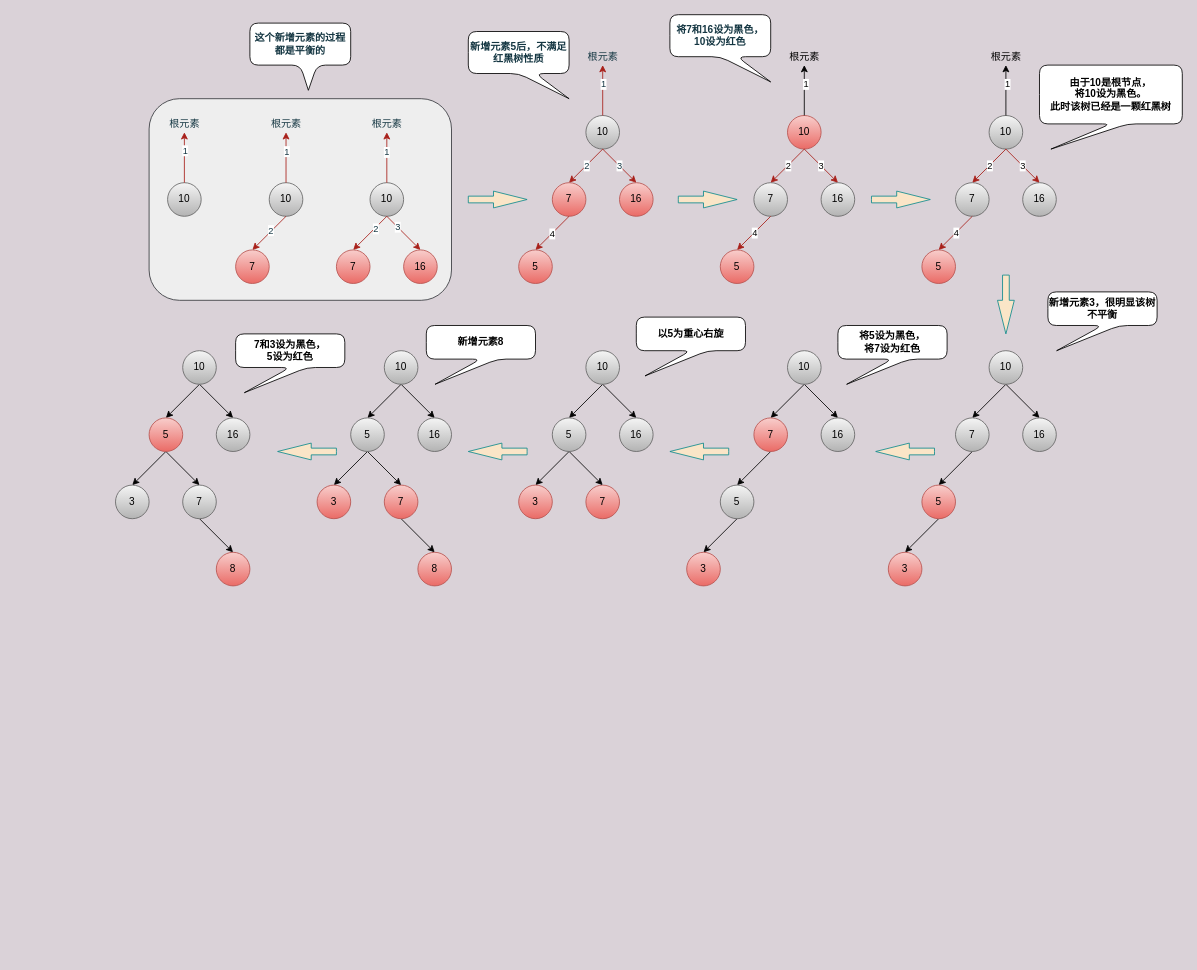
Before: typora/JavaSE/6 集合/drawio/TreeMap/维护红黑树平衡2.drawio in LDChing0321/JavaLearn, a draw.io diagram. Source tidied: cells renumbered, new cells numbered last; positions are measured from the earlier drawing's top-left corner, leaving out a move shared by most shapes. Both pictures are drawn from the tidied source at 84%, with x=0, y=0 at pixel (115, 14).
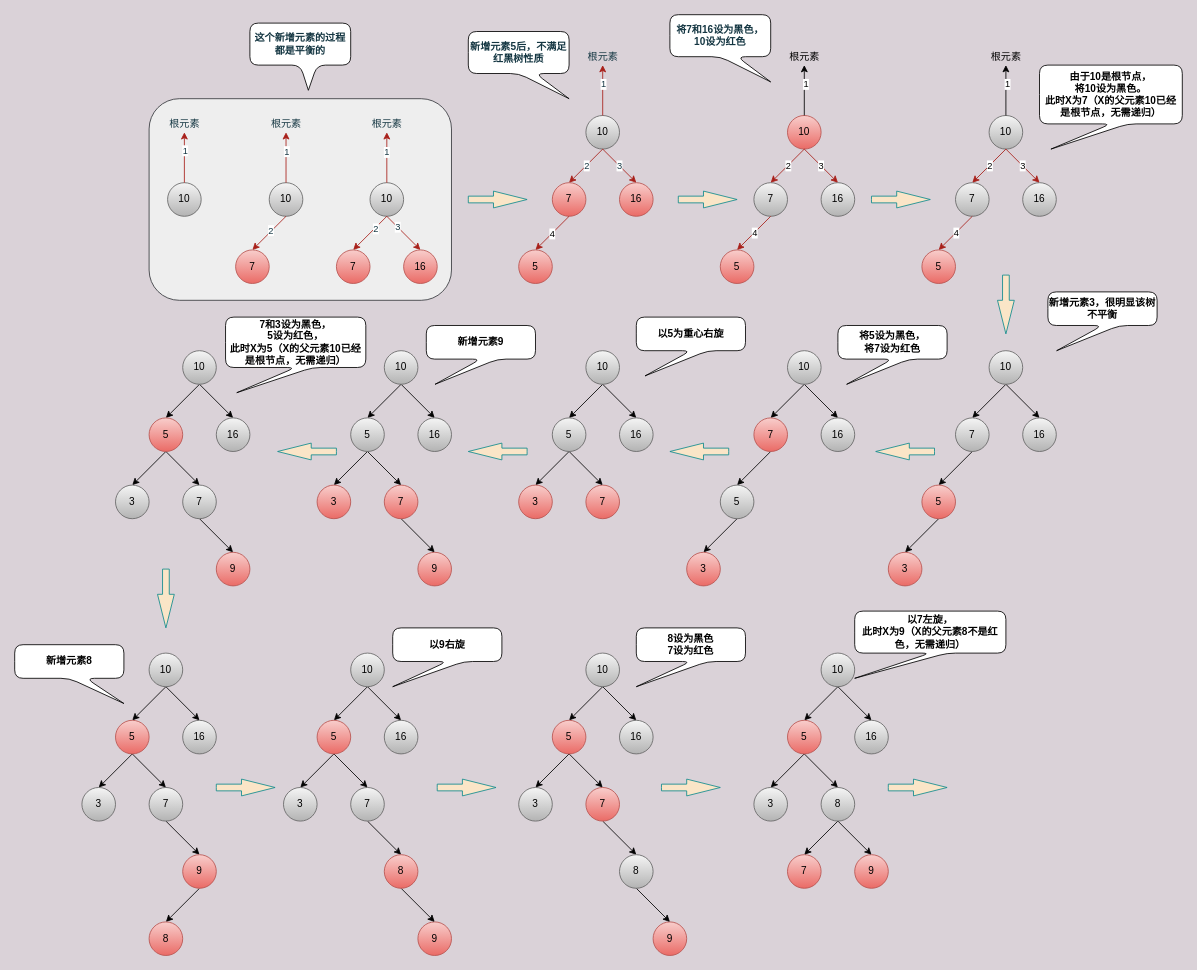
The same page after the edit.

Commit message (it also covers changes not shown here):
更新维护红黑树平衡2.drawio

Change to the diagram source:
```diff
@@
-    <mxCell id="74" value="由于10是根节点，&lt;br&gt;将10设为黑色。&lt;br&gt;此时该树已经是一颗红黑树" style="shape=callout;whiteSpace=wrap;html=1;perimeter=calloutPerimeter;position2=0.08;rounded=1;fontStyle=1;" parent="1" vertex="1">
+    <mxCell id="74" value="由于10是根节点，&lt;br&gt;将10设为黑色。&lt;br&gt;此时X为7（X的父元素10已经是根节点，无需递归）" style="shape=callout;whiteSpace=wrap;html=1;perimeter=calloutPerimeter;position2=0.08;rounded=1;fontStyle=1;" parent="1" vertex="1">
       <mxGeometry x="1100" y="60" width="170" height="100" as="geometry" />
     </mxCell>
@@
-    <mxCell id="121" value="新增元素8" style="shape=callout;whiteSpace=wrap;html=1;perimeter=calloutPerimeter;position2=0.08;rounded=1;fontStyle=1;" parent="1" vertex="1">
+    <mxCell id="121" value="新增元素9" style="shape=callout;whiteSpace=wrap;html=1;perimeter=calloutPerimeter;position2=0.08;rounded=1;fontStyle=1;" parent="1" vertex="1">
       <mxGeometry x="370" y="370" width="130" height="70" as="geometry" />
     </mxCell>
-    <mxCell id="122" value="8" style="ellipse;whiteSpace=wrap;html=1;fillColor=#f8cecc;strokeColor=#b85450;gradientColor=#ea6b66;" parent="1" vertex="1">
+    <mxCell id="122" value="9" style="ellipse;whiteSpace=wrap;html=1;fillColor=#f8cecc;strokeColor=#b85450;gradientColor=#ea6b66;" parent="1" vertex="1">
       <mxGeometry x="360" y="640" width="40" height="40" as="geometry" />
     </mxCell>
@@
-    <mxCell id="134" value="8" style="ellipse;whiteSpace=wrap;html=1;fillColor=#f8cecc;strokeColor=#b85450;gradientColor=#ea6b66;" parent="1" vertex="1">
+    <mxCell id="134" value="9" style="ellipse;whiteSpace=wrap;html=1;fillColor=#f8cecc;strokeColor=#b85450;gradientColor=#ea6b66;" parent="1" vertex="1">
       <mxGeometry x="120" y="640" width="40" height="40" as="geometry" />
     </mxCell>
-    <mxCell id="135" value="7和3设为黑色，&lt;br&gt;5设为红色" style="shape=callout;whiteSpace=wrap;html=1;perimeter=calloutPerimeter;position2=0.08;rounded=1;fontStyle=1;" parent="1" vertex="1">
-      <mxGeometry x="143" y="380" width="130" height="70" as="geometry" />
+    <mxCell id="135" value="7和3设为黑色，&lt;br&gt;5设为红色，&lt;br&gt;此时X为5（X的父元素10已经是根节点，无需递归）" style="shape=callout;whiteSpace=wrap;html=1;perimeter=calloutPerimeter;position2=0.08;rounded=1;fontStyle=1;" parent="1" vertex="1">
+      <mxGeometry x="131" y="360" width="167" height="90" as="geometry" />
     </mxCell>
+    <mxCell id="136" style="html=1;shadow=0;dashed=0;align=center;verticalAlign=middle;shape=mxgraph.arrows2.arrow;dy=0.6;dx=40;notch=0;rounded=1;glass=0;sketch=0;fontColor=#143642;strokeColor=#0F8B8D;fillColor=#FAE5C7;direction=south;" parent="1" vertex="1">
+      <mxGeometry x="50" y="660" width="20" height="70" as="geometry" />
+    </mxCell>
+    <mxCell id="137" style="edgeStyle=none;rounded=0;jettySize=auto;html=1;exitX=0.5;exitY=1;exitDx=0;exitDy=0;entryX=0.5;entryY=0;entryDx=0;entryDy=0;strokeColor=#030303;" parent="1" edge="1" source="139" target="145">
+      <mxGeometry relative="1" as="geometry" />
+    </mxCell>
+    <mxCell id="138" style="edgeStyle=none;rounded=0;jettySize=auto;html=1;exitX=0.5;exitY=1;exitDx=0;exitDy=0;entryX=0.5;entryY=0;entryDx=0;entryDy=0;strokeColor=#030303;" parent="1" edge="1" source="139" target="142">
+      <mxGeometry relative="1" as="geometry" />
+    </mxCell>
+    <mxCell id="139" value="10" style="ellipse;whiteSpace=wrap;html=1;fillColor=#f5f5f5;strokeColor=#666666;gradientColor=#b3b3b3;" parent="1" vertex="1">
+      <mxGeometry x="40" y="760" width="40" height="40" as="geometry" />
+    </mxCell>
+    <mxCell id="140" style="edgeStyle=none;rounded=0;jettySize=auto;html=1;exitX=0.5;exitY=1;exitDx=0;exitDy=0;entryX=0.5;entryY=0;entryDx=0;entryDy=0;strokeColor=#030303;" parent="1" edge="1" source="141" target="148">
+      <mxGeometry relative="1" as="geometry" />
+    </mxCell>
+    <mxCell id="141" value="7" style="ellipse;whiteSpace=wrap;html=1;fillColor=#f5f5f5;strokeColor=#666666;gradientColor=#b3b3b3;" parent="1" vertex="1">
+      <mxGeometry x="40" y="920" width="40" height="40" as="geometry" />
+    </mxCell>
+    <mxCell id="142" value="16" style="ellipse;whiteSpace=wrap;html=1;fillColor=#f5f5f5;strokeColor=#666666;gradientColor=#b3b3b3;" parent="1" vertex="1">
+      <mxGeometry x="80" y="840" width="40" height="40" as="geometry" />
+    </mxCell>
+    <mxCell id="143" style="edgeStyle=none;rounded=0;jettySize=auto;html=1;exitX=0.5;exitY=1;exitDx=0;exitDy=0;entryX=0.5;entryY=0;entryDx=0;entryDy=0;strokeColor=#030303;" parent="1" edge="1" source="145" target="146">
+      <mxGeometry relative="1" as="geometry" />
+    </mxCell>
+    <mxCell id="144" style="edgeStyle=none;rounded=0;jettySize=auto;html=1;exitX=0.5;exitY=1;exitDx=0;exitDy=0;entryX=0.5;entryY=0;entryDx=0;entryDy=0;strokeColor=#030303;" parent="1" edge="1" source="145" target="141">
+      <mxGeometry relative="1" as="geometry" />
+    </mxCell>
+    <mxCell id="145" value="5" style="ellipse;whiteSpace=wrap;html=1;fillColor=#f8cecc;strokeColor=#b85450;gradientColor=#ea6b66;" parent="1" vertex="1">
+      <mxGeometry y="840" width="40" height="40" as="geometry" />
+    </mxCell>
+    <mxCell id="146" value="3" style="ellipse;whiteSpace=wrap;html=1;fillColor=#f5f5f5;strokeColor=#666666;gradientColor=#b3b3b3;" parent="1" vertex="1">
+      <mxGeometry x="-40" y="920" width="40" height="40" as="geometry" />
+    </mxCell>
+    <mxCell id="147" style="edgeStyle=none;rounded=0;jettySize=auto;html=1;exitX=0.5;exitY=1;exitDx=0;exitDy=0;entryX=0.5;entryY=0;entryDx=0;entryDy=0;strokeColor=#030303;" parent="1" edge="1" source="148" target="149">
+      <mxGeometry relative="1" as="geometry" />
+    </mxCell>
+    <mxCell id="148" value="9" style="ellipse;whiteSpace=wrap;html=1;fillColor=#f8cecc;strokeColor=#b85450;gradientColor=#ea6b66;" parent="1" vertex="1">
+      <mxGeometry x="80" y="1000" width="40" height="40" as="geometry" />
+    </mxCell>
+    <mxCell id="149" value="8" style="ellipse;whiteSpace=wrap;html=1;fillColor=#f8cecc;strokeColor=#b85450;gradientColor=#ea6b66;" parent="1" vertex="1">
+      <mxGeometry x="40" y="1080" width="40" height="40" as="geometry" />
+    </mxCell>
+    <mxCell id="150" value="新增元素8" style="shape=callout;whiteSpace=wrap;html=1;perimeter=calloutPerimeter;position2=1;rounded=1;fontStyle=1;" parent="1" vertex="1">
+      <mxGeometry x="-120" y="750" width="130" height="70" as="geometry" />
+    </mxCell>
+    <mxCell id="151" style="html=1;shadow=0;dashed=0;align=center;verticalAlign=middle;shape=mxgraph.arrows2.arrow;dy=0.6;dx=40;notch=0;rounded=1;glass=0;sketch=0;fontColor=#143642;strokeColor=#0F8B8D;fillColor=#FAE5C7;" parent="1" vertex="1">
+      <mxGeometry x="120" y="910" width="70" height="20" as="geometry" />
+    </mxCell>
+    <mxCell id="152" style="edgeStyle=none;rounded=0;jettySize=auto;html=1;exitX=0.5;exitY=1;exitDx=0;exitDy=0;entryX=0.5;entryY=0;entryDx=0;entryDy=0;strokeColor=#030303;" parent="1" edge="1" source="154" target="160">
+      <mxGeometry relative="1" as="geometry" />
+    </mxCell>
+    <mxCell id="153" style="edgeStyle=none;rounded=0;jettySize=auto;html=1;exitX=0.5;exitY=1;exitDx=0;exitDy=0;entryX=0.5;entryY=0;entryDx=0;entryDy=0;strokeColor=#030303;" parent="1" edge="1" source="154" target="157">
+      <mxGeometry relative="1" as="geometry" />
+    </mxCell>
+    <mxCell id="154" value="10" style="ellipse;whiteSpace=wrap;html=1;fillColor=#f5f5f5;strokeColor=#666666;gradientColor=#b3b3b3;" parent="1" vertex="1">
+      <mxGeometry x="280" y="760" width="40" height="40" as="geometry" />
+    </mxCell>
+    <mxCell id="155" style="edgeStyle=none;rounded=0;jettySize=auto;html=1;exitX=0.5;exitY=1;exitDx=0;exitDy=0;entryX=0.5;entryY=0;entryDx=0;entryDy=0;strokeColor=#030303;" parent="1" edge="1" source="156" target="164">
+      <mxGeometry relative="1" as="geometry" />
+    </mxCell>
+    <mxCell id="156" value="7" style="ellipse;whiteSpace=wrap;html=1;fillColor=#f5f5f5;strokeColor=#666666;gradientColor=#b3b3b3;" parent="1" vertex="1">
+      <mxGeometry x="280" y="920" width="40" height="40" as="geometry" />
+    </mxCell>
+    <mxCell id="157" value="16" style="ellipse;whiteSpace=wrap;html=1;fillColor=#f5f5f5;strokeColor=#666666;gradientColor=#b3b3b3;" parent="1" vertex="1">
+      <mxGeometry x="320" y="840" width="40" height="40" as="geometry" />
+    </mxCell>
+    <mxCell id="158" style="edgeStyle=none;rounded=0;jettySize=auto;html=1;exitX=0.5;exitY=1;exitDx=0;exitDy=0;entryX=0.5;entryY=0;entryDx=0;entryDy=0;strokeColor=#030303;" parent="1" edge="1" source="160" target="161">
+      <mxGeometry relative="1" as="geometry" />
+    </mxCell>
+    <mxCell id="159" style="edgeStyle=none;rounded=0;jettySize=auto;html=1;exitX=0.5;exitY=1;exitDx=0;exitDy=0;entryX=0.5;entryY=0;entryDx=0;entryDy=0;strokeColor=#030303;" parent="1" edge="1" source="160" target="156">
+      <mxGeometry relative="1" as="geometry" />
+    </mxCell>
+    <mxCell id="160" value="5" style="ellipse;whiteSpace=wrap;html=1;fillColor=#f8cecc;strokeColor=#b85450;gradientColor=#ea6b66;" parent="1" vertex="1">
+      <mxGeometry x="240" y="840" width="40" height="40" as="geometry" />
+    </mxCell>
+    <mxCell id="161" value="3" style="ellipse;whiteSpace=wrap;html=1;fillColor=#f5f5f5;strokeColor=#666666;gradientColor=#b3b3b3;" parent="1" vertex="1">
+      <mxGeometry x="200" y="920" width="40" height="40" as="geometry" />
+    </mxCell>
+    <mxCell id="162" value="9" style="ellipse;whiteSpace=wrap;html=1;fillColor=#f8cecc;strokeColor=#b85450;gradientColor=#ea6b66;" parent="1" vertex="1">
+      <mxGeometry x="360" y="1080" width="40" height="40" as="geometry" />
+    </mxCell>
+    <mxCell id="163" style="edgeStyle=none;rounded=0;jettySize=auto;html=1;exitX=0.5;exitY=1;exitDx=0;exitDy=0;entryX=0.5;entryY=0;entryDx=0;entryDy=0;strokeColor=#030303;" parent="1" edge="1" source="164" target="162">
+      <mxGeometry relative="1" as="geometry" />
+    </mxCell>
+    <mxCell id="164" value="8" style="ellipse;whiteSpace=wrap;html=1;fillColor=#f8cecc;strokeColor=#b85450;gradientColor=#ea6b66;" parent="1" vertex="1">
+      <mxGeometry x="320" y="1000" width="40" height="40" as="geometry" />
+    </mxCell>
+    <mxCell id="165" value="以9右旋" style="shape=callout;whiteSpace=wrap;html=1;perimeter=calloutPerimeter;position2=0;rounded=1;fontStyle=1;" parent="1" vertex="1">
+      <mxGeometry x="330" y="730" width="130" height="70" as="geometry" />
+    </mxCell>
+    <mxCell id="166" style="html=1;shadow=0;dashed=0;align=center;verticalAlign=middle;shape=mxgraph.arrows2.arrow;dy=0.6;dx=40;notch=0;rounded=1;glass=0;sketch=0;fontColor=#143642;strokeColor=#0F8B8D;fillColor=#FAE5C7;" parent="1" vertex="1">
+      <mxGeometry x="383" y="910" width="70" height="20" as="geometry" />
+    </mxCell>
+    <mxCell id="167" style="edgeStyle=none;rounded=0;jettySize=auto;html=1;exitX=0.5;exitY=1;exitDx=0;exitDy=0;entryX=0.5;entryY=0;entryDx=0;entryDy=0;strokeColor=#030303;" parent="1" edge="1" source="169" target="175">
+      <mxGeometry relative="1" as="geometry" />
+    </mxCell>
+    <mxCell id="168" style="edgeStyle=none;rounded=0;jettySize=auto;html=1;exitX=0.5;exitY=1;exitDx=0;exitDy=0;entryX=0.5;entryY=0;entryDx=0;entryDy=0;strokeColor=#030303;" parent="1" edge="1" source="169" target="172">
+      <mxGeometry relative="1" as="geometry" />
+    </mxCell>
+    <mxCell id="169" value="10" style="ellipse;whiteSpace=wrap;html=1;fillColor=#f5f5f5;strokeColor=#666666;gradientColor=#b3b3b3;" parent="1" vertex="1">
+      <mxGeometry x="560" y="760" width="40" height="40" as="geometry" />
+    </mxCell>
+    <mxCell id="170" style="edgeStyle=none;rounded=0;jettySize=auto;html=1;exitX=0.5;exitY=1;exitDx=0;exitDy=0;entryX=0.5;entryY=0;entryDx=0;entryDy=0;strokeColor=#030303;" parent="1" edge="1" source="171" target="179">
+      <mxGeometry relative="1" as="geometry" />
+    </mxCell>
+    <mxCell id="171" value="7" style="ellipse;whiteSpace=wrap;html=1;fillColor=#f8cecc;strokeColor=#b85450;gradientColor=#ea6b66;" parent="1" vertex="1">
+      <mxGeometry x="560" y="920" width="40" height="40" as="geometry" />
+    </mxCell>
+    <mxCell id="172" value="16" style="ellipse;whiteSpace=wrap;html=1;fillColor=#f5f5f5;strokeColor=#666666;gradientColor=#b3b3b3;" parent="1" vertex="1">
+      <mxGeometry x="600" y="840" width="40" height="40" as="geometry" />
+    </mxCell>
+    <mxCell id="173" style="edgeStyle=none;rounded=0;jettySize=auto;html=1;exitX=0.5;exitY=1;exitDx=0;exitDy=0;entryX=0.5;entryY=0;entryDx=0;entryDy=0;strokeColor=#030303;" parent="1" edge="1" source="175" target="176">
+      <mxGeometry relative="1" as="geometry" />
+    </mxCell>
+    <mxCell id="174" style="edgeStyle=none;rounded=0;jettySize=auto;html=1;exitX=0.5;exitY=1;exitDx=0;exitDy=0;entryX=0.5;entryY=0;entryDx=0;entryDy=0;strokeColor=#030303;" parent="1" edge="1" source="175" target="171">
+      <mxGeometry relative="1" as="geometry" />
+    </mxCell>
+    <mxCell id="175" value="5" style="ellipse;whiteSpace=wrap;html=1;fillColor=#f8cecc;strokeColor=#b85450;gradientColor=#ea6b66;" parent="1" vertex="1">
+      <mxGeometry x="520" y="840" width="40" height="40" as="geometry" />
+    </mxCell>
+    <mxCell id="176" value="3" style="ellipse;whiteSpace=wrap;html=1;fillColor=#f5f5f5;strokeColor=#666666;gradientColor=#b3b3b3;" parent="1" vertex="1">
+      <mxGeometry x="480" y="920" width="40" height="40" as="geometry" />
+    </mxCell>
+    <mxCell id="177" value="9" style="ellipse;whiteSpace=wrap;html=1;fillColor=#f8cecc;strokeColor=#b85450;gradientColor=#ea6b66;" parent="1" vertex="1">
+      <mxGeometry x="640" y="1080" width="40" height="40" as="geometry" />
+    </mxCell>
+    <mxCell id="178" style="edgeStyle=none;rounded=0;jettySize=auto;html=1;exitX=0.5;exitY=1;exitDx=0;exitDy=0;entryX=0.5;entryY=0;entryDx=0;entryDy=0;strokeColor=#030303;" parent="1" edge="1" source="179" target="177">
+      <mxGeometry relative="1" as="geometry" />
+    </mxCell>
+    <mxCell id="179" value="8" style="ellipse;whiteSpace=wrap;html=1;fillColor=#f5f5f5;strokeColor=#666666;gradientColor=#b3b3b3;" parent="1" vertex="1">
+      <mxGeometry x="600" y="1000" width="40" height="40" as="geometry" />
+    </mxCell>
+    <mxCell id="180" value="8设为黑色&lt;br&gt;7设为红色" style="shape=callout;whiteSpace=wrap;html=1;perimeter=calloutPerimeter;position2=0;rounded=1;fontStyle=1;" parent="1" vertex="1">
+      <mxGeometry x="620" y="730" width="130" height="70" as="geometry" />
+    </mxCell>
+    <mxCell id="181" style="html=1;shadow=0;dashed=0;align=center;verticalAlign=middle;shape=mxgraph.arrows2.arrow;dy=0.6;dx=40;notch=0;rounded=1;glass=0;sketch=0;fontColor=#143642;strokeColor=#0F8B8D;fillColor=#FAE5C7;" parent="1" vertex="1">
+      <mxGeometry x="650" y="910" width="70" height="20" as="geometry" />
+    </mxCell>
+    <mxCell id="182" style="edgeStyle=none;rounded=0;jettySize=auto;html=1;exitX=0.5;exitY=1;exitDx=0;exitDy=0;entryX=0.5;entryY=0;entryDx=0;entryDy=0;strokeColor=#030303;" parent="1" edge="1" source="184" target="189">
+      <mxGeometry relative="1" as="geometry" />
+    </mxCell>
+    <mxCell id="183" style="edgeStyle=none;rounded=0;jettySize=auto;html=1;exitX=0.5;exitY=1;exitDx=0;exitDy=0;entryX=0.5;entryY=0;entryDx=0;entryDy=0;strokeColor=#030303;" parent="1" edge="1" source="184" target="186">
+      <mxGeometry relative="1" as="geometry" />
+    </mxCell>
+    <mxCell id="184" value="10" style="ellipse;whiteSpace=wrap;html=1;fillColor=#f5f5f5;strokeColor=#666666;gradientColor=#b3b3b3;" parent="1" vertex="1">
+      <mxGeometry x="840" y="760" width="40" height="40" as="geometry" />
+    </mxCell>
+    <mxCell id="185" value="7" style="ellipse;whiteSpace=wrap;html=1;fillColor=#f8cecc;strokeColor=#b85450;gradientColor=#ea6b66;" parent="1" vertex="1">
+      <mxGeometry x="800" y="1000" width="40" height="40" as="geometry" />
+    </mxCell>
+    <mxCell id="186" value="16" style="ellipse;whiteSpace=wrap;html=1;fillColor=#f5f5f5;strokeColor=#666666;gradientColor=#b3b3b3;" parent="1" vertex="1">
+      <mxGeometry x="880" y="840" width="40" height="40" as="geometry" />
+    </mxCell>
+    <mxCell id="187" style="edgeStyle=none;rounded=0;jettySize=auto;html=1;exitX=0.5;exitY=1;exitDx=0;exitDy=0;entryX=0.5;entryY=0;entryDx=0;entryDy=0;strokeColor=#030303;" parent="1" edge="1" source="189" target="190">
+      <mxGeometry relative="1" as="geometry" />
+    </mxCell>
+    <mxCell id="188" style="edgeStyle=none;rounded=0;jettySize=auto;html=1;exitX=0.5;exitY=1;exitDx=0;exitDy=0;entryX=0.5;entryY=0;entryDx=0;entryDy=0;strokeColor=#030303;" parent="1" edge="1" source="189" target="194">
+      <mxGeometry relative="1" as="geometry" />
+    </mxCell>
+    <mxCell id="189" value="5" style="ellipse;whiteSpace=wrap;html=1;fillColor=#f8cecc;strokeColor=#b85450;gradientColor=#ea6b66;" parent="1" vertex="1">
+      <mxGeometry x="800" y="840" width="40" height="40" as="geometry" />
+    </mxCell>
+    <mxCell id="190" value="3" style="ellipse;whiteSpace=wrap;html=1;fillColor=#f5f5f5;strokeColor=#666666;gradientColor=#b3b3b3;" parent="1" vertex="1">
+      <mxGeometry x="760" y="920" width="40" height="40" as="geometry" />
+    </mxCell>
+    <mxCell id="191" value="9" style="ellipse;whiteSpace=wrap;html=1;fillColor=#f8cecc;strokeColor=#b85450;gradientColor=#ea6b66;" parent="1" vertex="1">
+      <mxGeometry x="880" y="1000" width="40" height="40" as="geometry" />
+    </mxCell>
+    <mxCell id="192" style="edgeStyle=none;rounded=0;jettySize=auto;html=1;exitX=0.5;exitY=1;exitDx=0;exitDy=0;entryX=0.5;entryY=0;entryDx=0;entryDy=0;strokeColor=#030303;" parent="1" edge="1" source="194" target="185">
+      <mxGeometry relative="1" as="geometry" />
+    </mxCell>
+    <mxCell id="193" style="edgeStyle=none;rounded=0;jettySize=auto;html=1;exitX=0.5;exitY=1;exitDx=0;exitDy=0;entryX=0.5;entryY=0;entryDx=0;entryDy=0;strokeColor=#030303;" parent="1" edge="1" source="194" target="191">
+      <mxGeometry relative="1" as="geometry" />
+    </mxCell>
+    <mxCell id="194" value="8" style="ellipse;whiteSpace=wrap;html=1;fillColor=#f5f5f5;strokeColor=#666666;gradientColor=#b3b3b3;" parent="1" vertex="1">
+      <mxGeometry x="840" y="920" width="40" height="40" as="geometry" />
+    </mxCell>
+    <mxCell id="195" value="以7左旋，&lt;br&gt;此时X为9（X的父元素8不是红色，无需递归）" style="shape=callout;whiteSpace=wrap;html=1;perimeter=calloutPerimeter;position2=0;rounded=1;fontStyle=1;" parent="1" vertex="1">
+      <mxGeometry x="880" y="710" width="180" height="80" as="geometry" />
+    </mxCell>
+    <mxCell id="196" style="html=1;shadow=0;dashed=0;align=center;verticalAlign=middle;shape=mxgraph.arrows2.arrow;dy=0.6;dx=40;notch=0;rounded=1;glass=0;sketch=0;fontColor=#143642;strokeColor=#0F8B8D;fillColor=#FAE5C7;" parent="1" vertex="1">
+      <mxGeometry x="920" y="910" width="70" height="20" as="geometry" />
+    </mxCell>
```
